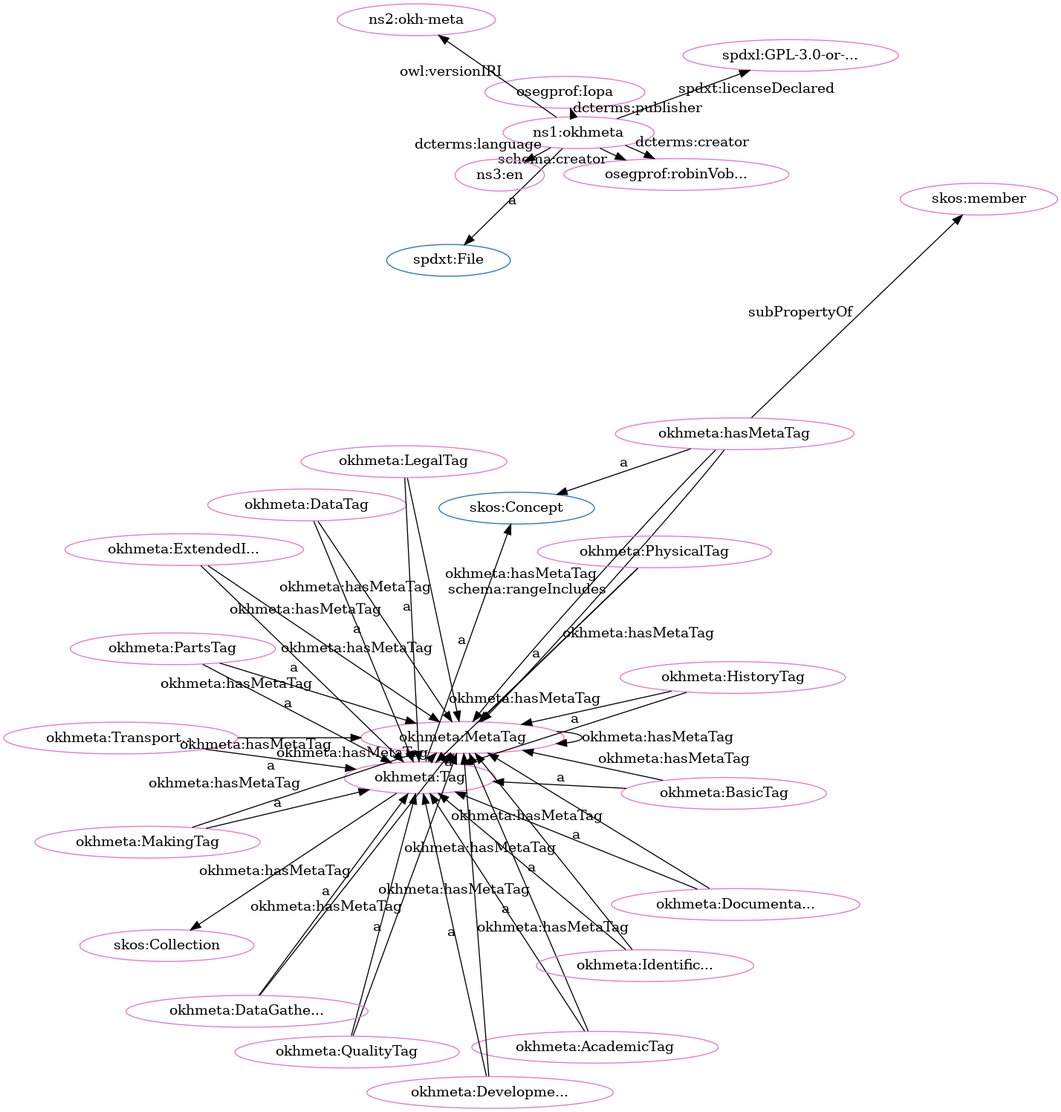
Above: src/spec/fdp_okh-meta-clean.png in iop-alliance/OpenKnowHow (Graphviz), before the change. Its source is kept beside it as src/spec/fdp_okh-meta-clean.dot.
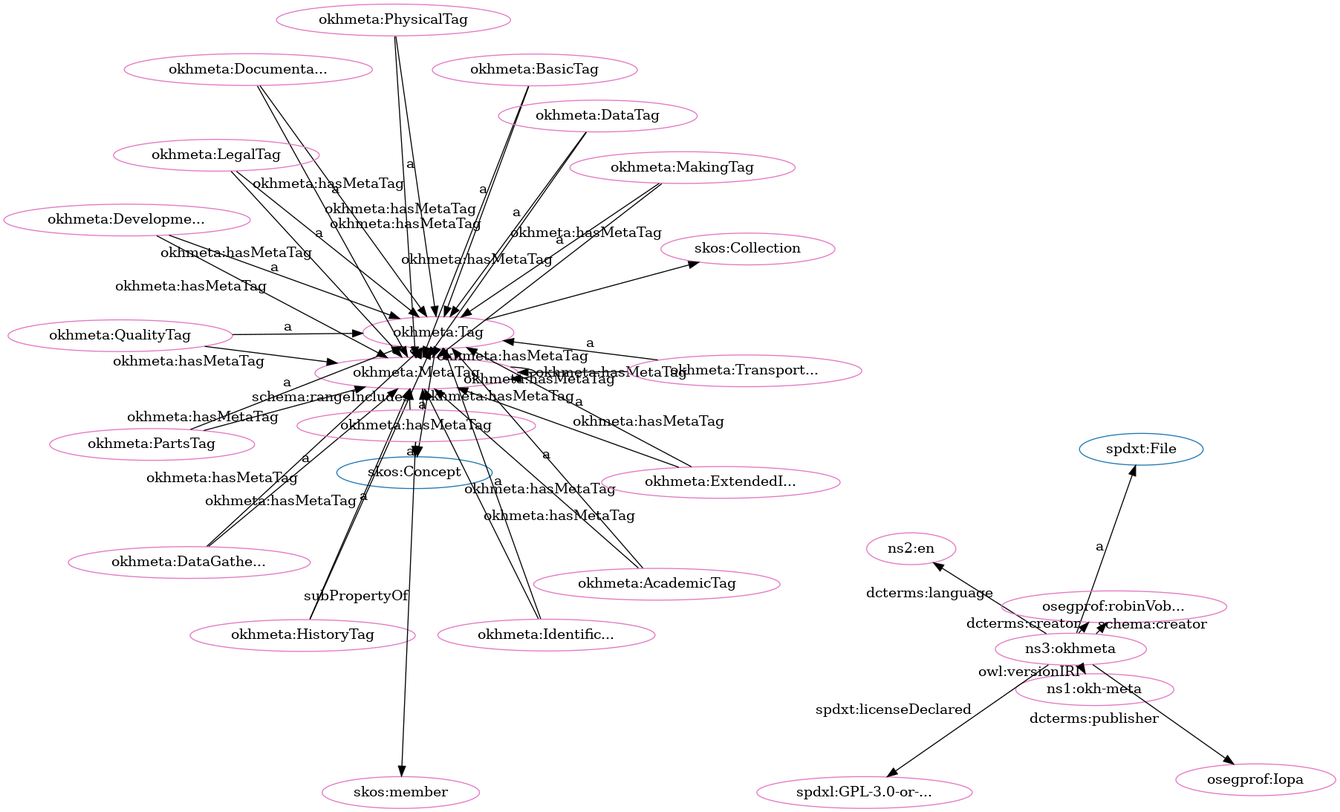
After the commit.

Diff of the diagram source:
```diff
@@ -1,81 +1,81 @@
 digraph G {
   rankdir=BT
   node[height=.3]
-"http://spdx.org/rdf/terms#File" [fillcolor="#1f77b4" color="#1f77b4" label="spdxt:File"]
 "https://w3id.org/oseg/ont/okhmeta#MetaTag" [fillcolor="#1f77b4" color="#1f77b4" label="okhmeta:MetaTag"]
-"https://w3id.org/oseg/ont/okhmeta#Tag" [fillcolor="#1f77b4" color="#1f77b4" label="okhmeta:Tag"]
 "http://www.w3.org/2004/02/skos/core#Collection" [fillcolor="#1f77b4" color="#1f77b4" label="skos:Collection"]
 "http://www.w3.org/2004/02/skos/core#Concept" [fillcolor="#1f77b4" color="#1f77b4" label="skos:Concept"]
+"http://spdx.org/rdf/terms#File" [fillcolor="#1f77b4" color="#1f77b4" label="spdxt:File"]
+"https://w3id.org/oseg/ont/okhmeta#Tag" [fillcolor="#1f77b4" color="#1f77b4" label="okhmeta:Tag"]
+"https://w3id.org/oseg/ont/okhmeta#MetaTag" [fillcolor="#e377c2" color="#e377c2" label="okhmeta:MetaTag"]
+"https://w3id.org/oseg/ont/oseg-profiles#Iopa" [fillcolor="#e377c2" color="#e377c2" label="osegprof:Iopa"]
+"http://www.w3.org/2004/02/skos/core#member" [fillcolor="#e377c2" color="#e377c2" label="skos:member"]
+"https://w3id.org/oseg/ont/okhmeta#BasicTag" [fillcolor="#e377c2" color="#e377c2" label="okhmeta:BasicTag"]
+"https://w3id.org/oseg/ont/okhmeta#DataGatheringTag" [fillcolor="#e377c2" color="#e377c2" label="okhmeta:DataGathe..."]
+"https://w3id.org/oseg/ont/okhmeta#HistoryTag" [fillcolor="#e377c2" color="#e377c2" label="okhmeta:HistoryTag"]
+"https://w3id.org/oseg/ont/okhmeta#hasMetaTag" [fillcolor="#e377c2" color="#e377c2" label="okhmeta:hasMetaTag"]
+"https://w3id.org/oseg/ont/okhmeta#AcademicTag" [fillcolor="#e377c2" color="#e377c2" label="okhmeta:AcademicTag"]
+"https://w3id.org/oseg/ont/1.1.0/okh-meta" [fillcolor="#e377c2" color="#e377c2" label="ns1:okh-meta"]
+"http://id.loc.gov/vocabulary/iso639-1/en" [fillcolor="#e377c2" color="#e377c2" label="ns2:en"]
 "https://w3id.org/oseg/ont/okhmeta#Tag" [fillcolor="#e377c2" color="#e377c2" label="okhmeta:Tag"]
-"https://w3id.org/oseg/ont/okhmeta#MetaTag" [fillcolor="#e377c2" color="#e377c2" label="okhmeta:MetaTag"]
-"https://w3id.org/oseg/ont/okhmeta" [fillcolor="#e377c2" color="#e377c2" label="ns1:okhmeta"]
+"https://w3id.org/oseg/ont/okhmeta#DocumentationTag" [fillcolor="#e377c2" color="#e377c2" label="okhmeta:Documenta..."]
+"https://w3id.org/oseg/ont/okhmeta#DevelopmentTag" [fillcolor="#e377c2" color="#e377c2" label="okhmeta:Developme..."]
+"https://w3id.org/oseg/ont/okhmeta#MakingTag" [fillcolor="#e377c2" color="#e377c2" label="okhmeta:MakingTag"]
 "https://w3id.org/oseg/ont/okhmeta#DataTag" [fillcolor="#e377c2" color="#e377c2" label="okhmeta:DataTag"]
+"https://w3id.org/oseg/ont/okhmeta#PartsTag" [fillcolor="#e377c2" color="#e377c2" label="okhmeta:PartsTag"]
+"http://www.w3.org/2004/02/skos/core#Collection" [fillcolor="#e377c2" color="#e377c2" label="skos:Collection"]
+"https://w3id.org/oseg/ont/okhmeta" [fillcolor="#e377c2" color="#e377c2" label="ns3:okhmeta"]
+"https://w3id.org/oseg/ont/okhmeta#TransportationTag" [fillcolor="#e377c2" color="#e377c2" label="okhmeta:Transport..."]
 "https://w3id.org/oseg/ont/oseg-profiles#robinVobruba" [fillcolor="#e377c2" color="#e377c2" label="osegprof:robinVob..."]
-"https://w3id.org/oseg/ont/okhmeta#PartsTag" [fillcolor="#e377c2" color="#e377c2" label="okhmeta:PartsTag"]
 "https://w3id.org/oseg/ont/okhmeta#ExtendedInfoTag" [fillcolor="#e377c2" color="#e377c2" label="okhmeta:ExtendedI..."]
-"http://www.w3.org/2004/02/skos/core#member" [fillcolor="#e377c2" color="#e377c2" label="skos:member"]
-"https://w3id.org/oseg/ont/okhmeta#AcademicTag" [fillcolor="#e377c2" color="#e377c2" label="okhmeta:AcademicTag"]
-"https://w3id.org/oseg/ont/okhmeta#BasicTag" [fillcolor="#e377c2" color="#e377c2" label="okhmeta:BasicTag"]
-"https://w3id.org/oseg/ont/okhmeta#hasMetaTag" [fillcolor="#e377c2" color="#e377c2" label="okhmeta:hasMetaTag"]
 "https://w3id.org/oseg/ont/okhmeta#QualityTag" [fillcolor="#e377c2" color="#e377c2" label="okhmeta:QualityTag"]
-"https://w3id.org/oseg/ont/oseg-profiles#Iopa" [fillcolor="#e377c2" color="#e377c2" label="osegprof:Iopa"]
+"https://w3id.org/oseg/ont/okhmeta#LegalTag" [fillcolor="#e377c2" color="#e377c2" label="okhmeta:LegalTag"]
+"https://w3id.org/oseg/ont/okhmeta#PhysicalTag" [fillcolor="#e377c2" color="#e377c2" label="okhmeta:PhysicalTag"]
+"https://spdx.org/licenses/GPL-3.0-or-later" [fillcolor="#e377c2" color="#e377c2" label="spdxl:GPL-3.0-or-..."]
 "https://w3id.org/oseg/ont/okhmeta#IdentificationTag" [fillcolor="#e377c2" color="#e377c2" label="okhmeta:Identific..."]
-"https://spdx.org/licenses/GPL-3.0-or-later" [fillcolor="#e377c2" color="#e377c2" label="spdxl:GPL-3.0-or-..."]
-"https://w3id.org/oseg/ont/okhmeta#DevelopmentTag" [fillcolor="#e377c2" color="#e377c2" label="okhmeta:Developme..."]
-"https://w3id.org/oseg/ont/okhmeta#PhysicalTag" [fillcolor="#e377c2" color="#e377c2" label="okhmeta:PhysicalTag"]
-"https://w3id.org/oseg/ont/okhmeta#DocumentationTag" [fillcolor="#e377c2" color="#e377c2" label="okhmeta:Documenta..."]
-"https://w3id.org/oseg/ont/okhmeta#MakingTag" [fillcolor="#e377c2" color="#e377c2" label="okhmeta:MakingTag"]
-"http://www.w3.org/2004/02/skos/core#Collection" [fillcolor="#e377c2" color="#e377c2" label="skos:Collection"]
-"https://w3id.org/oseg/ont/1.1.0/okh-meta" [fillcolor="#e377c2" color="#e377c2" label="ns2:okh-meta"]
-"https://w3id.org/oseg/ont/okhmeta#TransportationTag" [fillcolor="#e377c2" color="#e377c2" label="okhmeta:Transport..."]
-"https://w3id.org/oseg/ont/okhmeta#LegalTag" [fillcolor="#e377c2" color="#e377c2" label="okhmeta:LegalTag"]
-"https://w3id.org/oseg/ont/okhmeta#HistoryTag" [fillcolor="#e377c2" color="#e377c2" label="okhmeta:HistoryTag"]
-"http://id.loc.gov/vocabulary/iso639-1/en" [fillcolor="#e377c2" color="#e377c2" label="ns3:en"]
-"https://w3id.org/oseg/ont/okhmeta#DataGatheringTag" [fillcolor="#e377c2" color="#e377c2" label="okhmeta:DataGathe..."]
-  "https://w3id.org/oseg/ont/okhmeta#Tag" -> "http://www.w3.org/2004/02/skos/core#Concept" [label="a"]
-  "https://w3id.org/oseg/ont/okhmeta#DevelopmentTag" -> "https://w3id.org/oseg/ont/okhmeta#MetaTag" [label="okhmeta:hasMetaTag"]
+  "https://w3id.org/oseg/ont/okhmeta#hasMetaTag" -> "https://w3id.org/oseg/ont/okhmeta#MetaTag" [label="schema:rangeIncludes"]
+  "https://w3id.org/oseg/ont/okhmeta#HistoryTag" -> "https://w3id.org/oseg/ont/okhmeta#MetaTag" [label="okhmeta:hasMetaTag"]
+  "https://w3id.org/oseg/ont/okhmeta" -> "https://w3id.org/oseg/ont/oseg-profiles#Iopa" [label="dcterms:publisher"]
+  "https://w3id.org/oseg/ont/okhmeta#hasMetaTag" -> "http://www.w3.org/2004/02/skos/core#member" [label="subPropertyOf"]
+  "https://w3id.org/oseg/ont/okhmeta#BasicTag" -> "https://w3id.org/oseg/ont/okhmeta#Tag" [label="a"]
+  "https://w3id.org/oseg/ont/okhmeta#TransportationTag" -> "https://w3id.org/oseg/ont/okhmeta#MetaTag" [label="okhmeta:hasMetaTag"]
+  "https://w3id.org/oseg/ont/okhmeta#DocumentationTag" -> "https://w3id.org/oseg/ont/okhmeta#MetaTag" [label="okhmeta:hasMetaTag"]
+  "https://w3id.org/oseg/ont/okhmeta#MakingTag" -> "https://w3id.org/oseg/ont/okhmeta#MetaTag" [label="okhmeta:hasMetaTag"]
+  "https://w3id.org/oseg/ont/okhmeta#AcademicTag" -> "https://w3id.org/oseg/ont/okhmeta#Tag" [label="a"]
+  "https://w3id.org/oseg/ont/okhmeta" -> "http://id.loc.gov/vocabulary/iso639-1/en" [label="dcterms:language"]
+  "https://w3id.org/oseg/ont/okhmeta#ExtendedInfoTag" -> "https://w3id.org/oseg/ont/okhmeta#MetaTag" [label="okhmeta:hasMetaTag"]
+  "https://w3id.org/oseg/ont/okhmeta#DevelopmentTag" -> "https://w3id.org/oseg/ont/okhmeta#Tag" [label="a"]
+  "https://w3id.org/oseg/ont/okhmeta#DataTag" -> "https://w3id.org/oseg/ont/okhmeta#Tag" [label="a"]
+  "https://w3id.org/oseg/ont/okhmeta#PartsTag" -> "https://w3id.org/oseg/ont/okhmeta#Tag" [label="a"]
+  "https://w3id.org/oseg/ont/okhmeta#IdentificationTag" -> "https://w3id.org/oseg/ont/okhmeta#MetaTag" [label="okhmeta:hasMetaTag"]
+  "https://w3id.org/oseg/ont/okhmeta#MetaTag" -> "https://w3id.org/oseg/ont/okhmeta#Tag" [label="a"]
+  "https://w3id.org/oseg/ont/okhmeta#DataGatheringTag" -> "https://w3id.org/oseg/ont/okhmeta#MetaTag" [label="okhmeta:hasMetaTag"]
+  "https://w3id.org/oseg/ont/okhmeta#TransportationTag" -> "https://w3id.org/oseg/ont/okhmeta#Tag" [label="a"]
   "https://w3id.org/oseg/ont/okhmeta" -> "http://spdx.org/rdf/terms#File" [label="a"]
   "https://w3id.org/oseg/ont/okhmeta#ExtendedInfoTag" -> "https://w3id.org/oseg/ont/okhmeta#Tag" [label="a"]
-  "https://w3id.org/oseg/ont/okhmeta#QualityTag" -> "https://w3id.org/oseg/ont/okhmeta#MetaTag" [label="okhmeta:hasMetaTag"]
-  "https://w3id.org/oseg/ont/okhmeta#hasMetaTag" -> "http://www.w3.org/2004/02/skos/core#member" [label="subPropertyOf"]
-  "https://w3id.org/oseg/ont/okhmeta#AcademicTag" -> "https://w3id.org/oseg/ont/okhmeta#Tag" [label="a"]
-  "https://w3id.org/oseg/ont/okhmeta#BasicTag" -> "https://w3id.org/oseg/ont/okhmeta#Tag" [label="a"]
-  "https://w3id.org/oseg/ont/okhmeta#IdentificationTag" -> "https://w3id.org/oseg/ont/okhmeta#MetaTag" [label="okhmeta:hasMetaTag"]
+  "https://w3id.org/oseg/ont/okhmeta#QualityTag" -> "https://w3id.org/oseg/ont/okhmeta#Tag" [label="a"]
+  "https://w3id.org/oseg/ont/okhmeta#LegalTag" -> "https://w3id.org/oseg/ont/okhmeta#Tag" [label="a"]
+  "https://w3id.org/oseg/ont/okhmeta" -> "https://spdx.org/licenses/GPL-3.0-or-later" [label="spdxt:licenseDeclared"]
+  "https://w3id.org/oseg/ont/okhmeta#hasMetaTag" -> "http://www.w3.org/2004/02/skos/core#Concept" [label="a"]
+  "https://w3id.org/oseg/ont/okhmeta#IdentificationTag" -> "https://w3id.org/oseg/ont/okhmeta#Tag" [label="a"]
   "https://w3id.org/oseg/ont/okhmeta" -> "https://w3id.org/oseg/ont/oseg-profiles#robinVobruba" [label="dcterms:creator"]
-  "https://w3id.org/oseg/ont/okhmeta#HistoryTag" -> "https://w3id.org/oseg/ont/okhmeta#MetaTag" [label="okhmeta:hasMetaTag"]
-  "https://w3id.org/oseg/ont/okhmeta" -> "https://w3id.org/oseg/ont/oseg-profiles#Iopa" [label="dcterms:publisher"]
-  "https://w3id.org/oseg/ont/okhmeta#hasMetaTag" -> "https://w3id.org/oseg/ont/okhmeta#MetaTag" [label="schema:rangeIncludes"]
+  "https://w3id.org/oseg/ont/okhmeta#DataGatheringTag" -> "https://w3id.org/oseg/ont/okhmeta#Tag" [label="a"]
+  "https://w3id.org/oseg/ont/okhmeta#hasMetaTag" -> "https://w3id.org/oseg/ont/okhmeta#MetaTag" [label="okhmeta:hasMetaTag"]
+  "https://w3id.org/oseg/ont/okhmeta#AcademicTag" -> "https://w3id.org/oseg/ont/okhmeta#MetaTag" [label="okhmeta:hasMetaTag"]
+  "https://w3id.org/oseg/ont/okhmeta#HistoryTag" -> "https://w3id.org/oseg/ont/okhmeta#Tag" [label="a"]
+  "https://w3id.org/oseg/ont/okhmeta#DevelopmentTag" -> "https://w3id.org/oseg/ont/okhmeta#MetaTag" [label="okhmeta:hasMetaTag"]
+  "https://w3id.org/oseg/ont/okhmeta" -> "https://w3id.org/oseg/ont/1.1.0/okh-meta" [label="owl:versionIRI"]
+  "https://w3id.org/oseg/ont/okhmeta#DataTag" -> "https://w3id.org/oseg/ont/okhmeta#MetaTag" [label="okhmeta:hasMetaTag"]
+  "https://w3id.org/oseg/ont/okhmeta#Tag" -> "http://www.w3.org/2004/02/skos/core#Concept" [label="a"]
   "https://w3id.org/oseg/ont/okhmeta#DocumentationTag" -> "https://w3id.org/oseg/ont/okhmeta#Tag" [label="a"]
   "https://w3id.org/oseg/ont/okhmeta#MakingTag" -> "https://w3id.org/oseg/ont/okhmeta#Tag" [label="a"]
-  "https://w3id.org/oseg/ont/okhmeta#DataTag" -> "https://w3id.org/oseg/ont/okhmeta#MetaTag" [label="okhmeta:hasMetaTag"]
-  "https://w3id.org/oseg/ont/okhmeta#TransportationTag" -> "https://w3id.org/oseg/ont/okhmeta#Tag" [label="a"]
-  "https://w3id.org/oseg/ont/okhmeta#LegalTag" -> "https://w3id.org/oseg/ont/okhmeta#Tag" [label="a"]
-  "https://w3id.org/oseg/ont/okhmeta#HistoryTag" -> "https://w3id.org/oseg/ont/okhmeta#Tag" [label="a"]
-  "https://w3id.org/oseg/ont/okhmeta#ExtendedInfoTag" -> "https://w3id.org/oseg/ont/okhmeta#MetaTag" [label="okhmeta:hasMetaTag"]
-  "https://w3id.org/oseg/ont/okhmeta#DataGatheringTag" -> "https://w3id.org/oseg/ont/okhmeta#Tag" [label="a"]
-  "https://w3id.org/oseg/ont/okhmeta#DataTag" -> "https://w3id.org/oseg/ont/okhmeta#Tag" [label="a"]
-  "https://w3id.org/oseg/ont/okhmeta#TransportationTag" -> "https://w3id.org/oseg/ont/okhmeta#MetaTag" [label="okhmeta:hasMetaTag"]
-  "https://w3id.org/oseg/ont/okhmeta#DocumentationTag" -> "https://w3id.org/oseg/ont/okhmeta#MetaTag" [label="okhmeta:hasMetaTag"]
-  "https://w3id.org/oseg/ont/okhmeta" -> "https://w3id.org/oseg/ont/oseg-profiles#robinVobruba" [label="schema:creator"]
-  "https://w3id.org/oseg/ont/okhmeta#PartsTag" -> "https://w3id.org/oseg/ont/okhmeta#Tag" [label="a"]
-  "https://w3id.org/oseg/ont/okhmeta#LegalTag" -> "https://w3id.org/oseg/ont/okhmeta#MetaTag" [label="okhmeta:hasMetaTag"]
-  "https://w3id.org/oseg/ont/okhmeta#hasMetaTag" -> "http://www.w3.org/2004/02/skos/core#Concept" [label="a"]
-  "https://w3id.org/oseg/ont/okhmeta#QualityTag" -> "https://w3id.org/oseg/ont/okhmeta#Tag" [label="a"]
-  "https://w3id.org/oseg/ont/okhmeta#DataGatheringTag" -> "https://w3id.org/oseg/ont/okhmeta#MetaTag" [label="okhmeta:hasMetaTag"]
-  "https://w3id.org/oseg/ont/okhmeta#BasicTag" -> "https://w3id.org/oseg/ont/okhmeta#MetaTag" [label="okhmeta:hasMetaTag"]
-  "https://w3id.org/oseg/ont/okhmeta#PartsTag" -> "https://w3id.org/oseg/ont/okhmeta#MetaTag" [label="okhmeta:hasMetaTag"]
-  "https://w3id.org/oseg/ont/okhmeta#MetaTag" -> "https://w3id.org/oseg/ont/okhmeta#Tag" [label="a"]
-  "https://w3id.org/oseg/ont/okhmeta#MakingTag" -> "https://w3id.org/oseg/ont/okhmeta#MetaTag" [label="okhmeta:hasMetaTag"]
-  "https://w3id.org/oseg/ont/okhmeta" -> "https://spdx.org/licenses/GPL-3.0-or-later" [label="spdxt:licenseDeclared"]
-  "https://w3id.org/oseg/ont/okhmeta#DevelopmentTag" -> "https://w3id.org/oseg/ont/okhmeta#Tag" [label="a"]
-  "https://w3id.org/oseg/ont/okhmeta#PhysicalTag" -> "https://w3id.org/oseg/ont/okhmeta#Tag" [label="a"]
+  "https://w3id.org/oseg/ont/okhmeta#PhysicalTag" -> "https://w3id.org/oseg/ont/okhmeta#MetaTag" [label="okhmeta:hasMetaTag"]
+  "https://w3id.org/oseg/ont/okhmeta#MetaTag" -> "https://w3id.org/oseg/ont/okhmeta#MetaTag" [label="okhmeta:hasMetaTag"]
   "https://w3id.org/oseg/ont/okhmeta#Tag" -> "https://w3id.org/oseg/ont/okhmeta#MetaTag" [label="okhmeta:hasMetaTag"]
   "https://w3id.org/oseg/ont/okhmeta#Tag" -> "http://www.w3.org/2004/02/skos/core#Collection" [label=""]
-  "https://w3id.org/oseg/ont/okhmeta" -> "https://w3id.org/oseg/ont/1.1.0/okh-meta" [label="owl:versionIRI"]
-  "https://w3id.org/oseg/ont/okhmeta#MetaTag" -> "https://w3id.org/oseg/ont/okhmeta#MetaTag" [label="okhmeta:hasMetaTag"]
-  "https://w3id.org/oseg/ont/okhmeta#hasMetaTag" -> "https://w3id.org/oseg/ont/okhmeta#MetaTag" [label="okhmeta:hasMetaTag"]
-  "https://w3id.org/oseg/ont/okhmeta#AcademicTag" -> "https://w3id.org/oseg/ont/okhmeta#MetaTag" [label="okhmeta:hasMetaTag"]
-  "https://w3id.org/oseg/ont/okhmeta#PhysicalTag" -> "https://w3id.org/oseg/ont/okhmeta#MetaTag" [label="okhmeta:hasMetaTag"]
-  "https://w3id.org/oseg/ont/okhmeta" -> "http://id.loc.gov/vocabulary/iso639-1/en" [label="dcterms:language"]
-  "https://w3id.org/oseg/ont/okhmeta#IdentificationTag" -> "https://w3id.org/oseg/ont/okhmeta#Tag" [label="a"]
+  "https://w3id.org/oseg/ont/okhmeta#BasicTag" -> "https://w3id.org/oseg/ont/okhmeta#MetaTag" [label="okhmeta:hasMetaTag"]
+  "https://w3id.org/oseg/ont/okhmeta#QualityTag" -> "https://w3id.org/oseg/ont/okhmeta#MetaTag" [label="okhmeta:hasMetaTag"]
+  "https://w3id.org/oseg/ont/okhmeta#LegalTag" -> "https://w3id.org/oseg/ont/okhmeta#MetaTag" [label="okhmeta:hasMetaTag"]
+  "https://w3id.org/oseg/ont/okhmeta" -> "https://w3id.org/oseg/ont/oseg-profiles#robinVobruba" [label="schema:creator"]
+  "https://w3id.org/oseg/ont/okhmeta#PartsTag" -> "https://w3id.org/oseg/ont/okhmeta#MetaTag" [label="okhmeta:hasMetaTag"]
+  "https://w3id.org/oseg/ont/okhmeta#PhysicalTag" -> "https://w3id.org/oseg/ont/okhmeta#Tag" [label="a"]
 }
```
